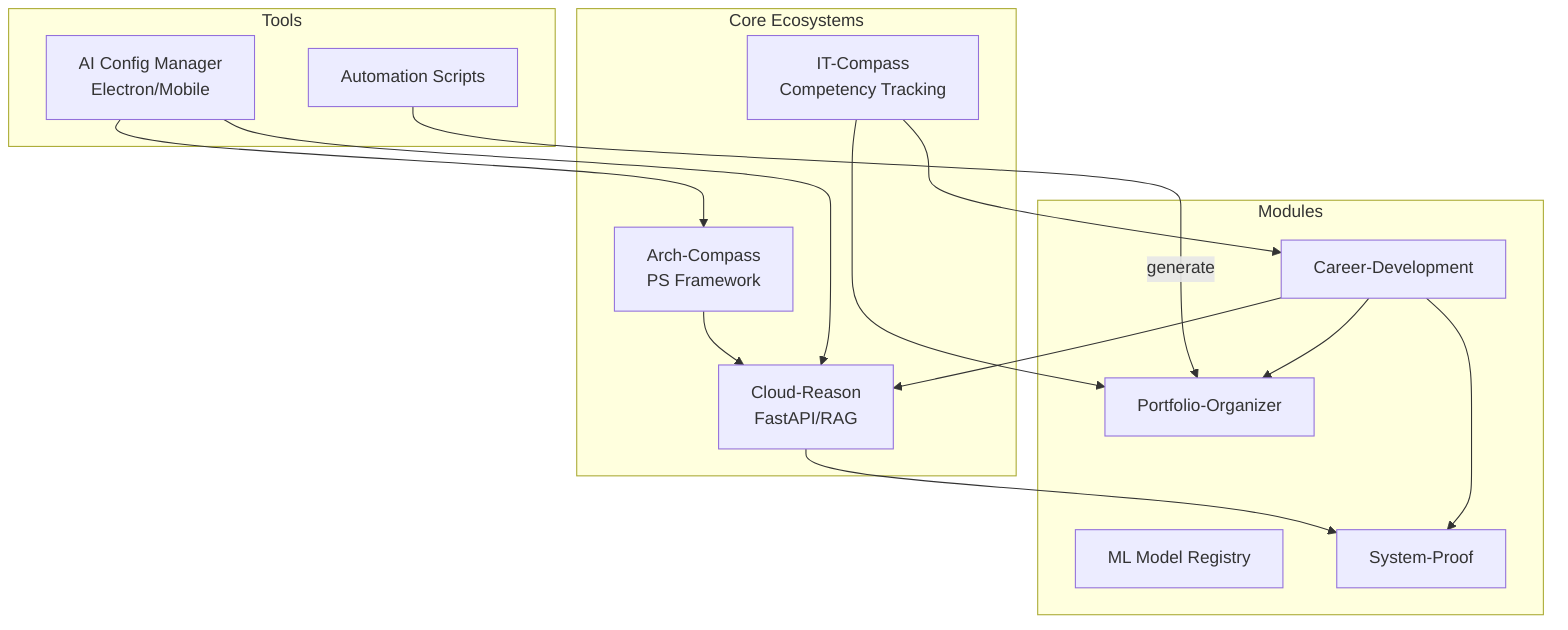
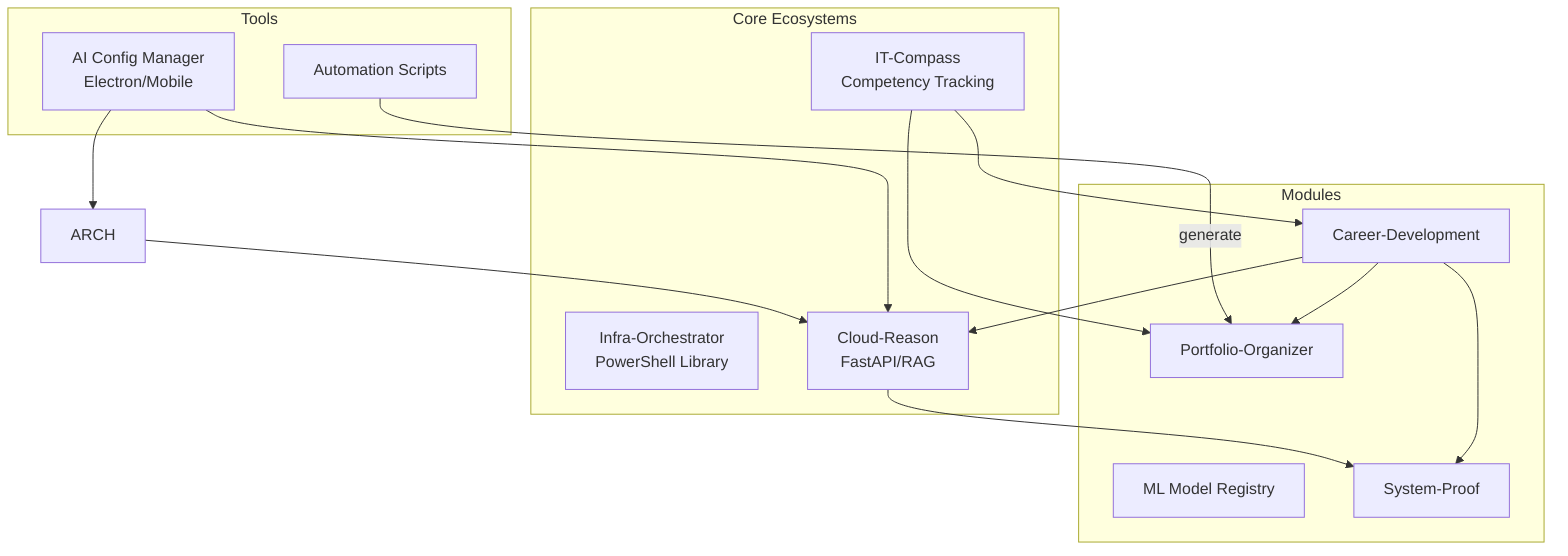
﻿graph TD
    subgraph "Core Ecosystems"
        IT[IT-Compass<br/>Competency Tracking]
-         ARCH[Arch-Compass<br/>PS Framework]
+         INFRA[Infra-Orchestrator<br/>PowerShell Library]
        CR[Cloud-Reason<br/>FastAPI/RAG]
    end

    subgraph "Modules"
        PO[Portfolio-Organizer]
        CDS[Career-Development]
        MLR[ML Model Registry]
        SP[System-Proof]
    end

    subgraph "Tools"
        AICG[AI Config Manager<br/>Electron/Mobile]
        SCRIPTS[Automation Scripts]
    end

    IT --> PO
    ARCH --> CR
    CR --> SP
    AICG --> ARCH
    AICG --> CR
SCRIPTS -->|generate| PO
IT --> CDS[Career-Development]
CDS --> CR
CDS --> PO
CDS --> SP


